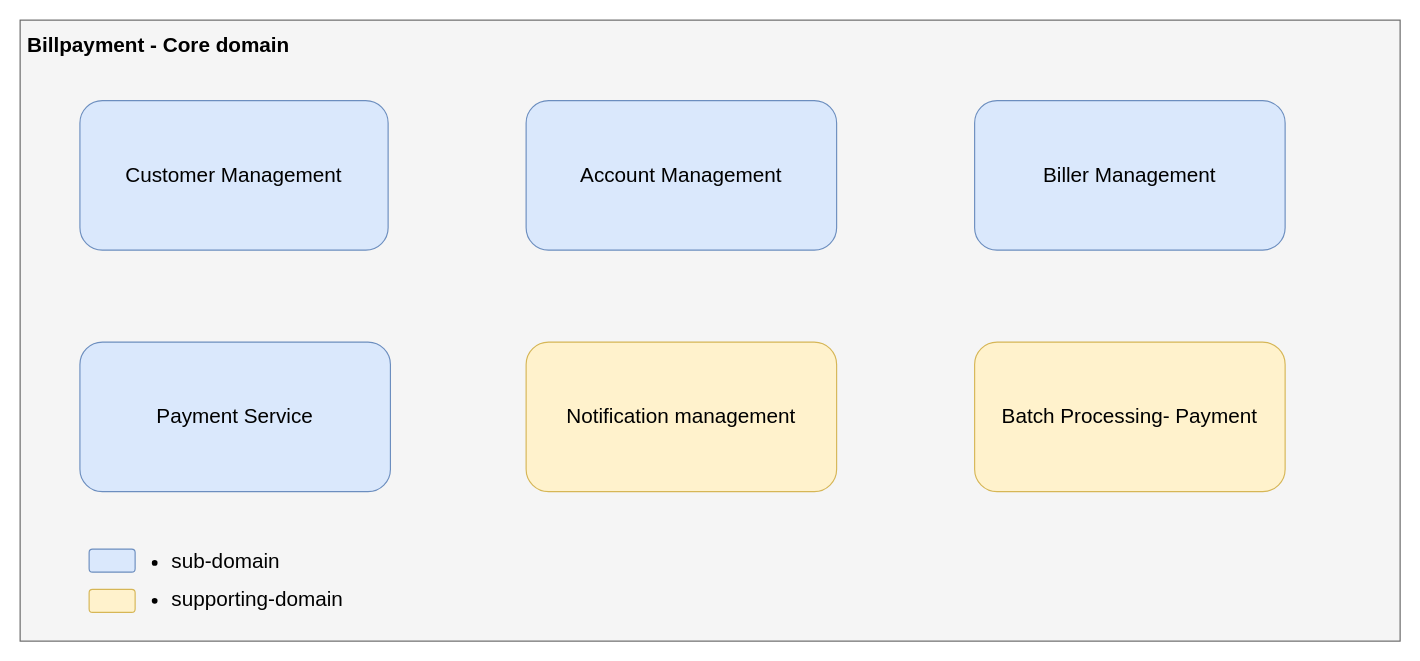
The draw.io diagram java8/src/Untitled Diagram.drawio in aratishingala83/learning, before the edit. Source tidied: cells renumbered, new cells numbered last; positions are measured from the earlier drawing's top-left corner, leaving out a move shared by most shapes. Both pictures are drawn from the tidied source at 115%, with x=0, y=0 at pixel (20, 20).
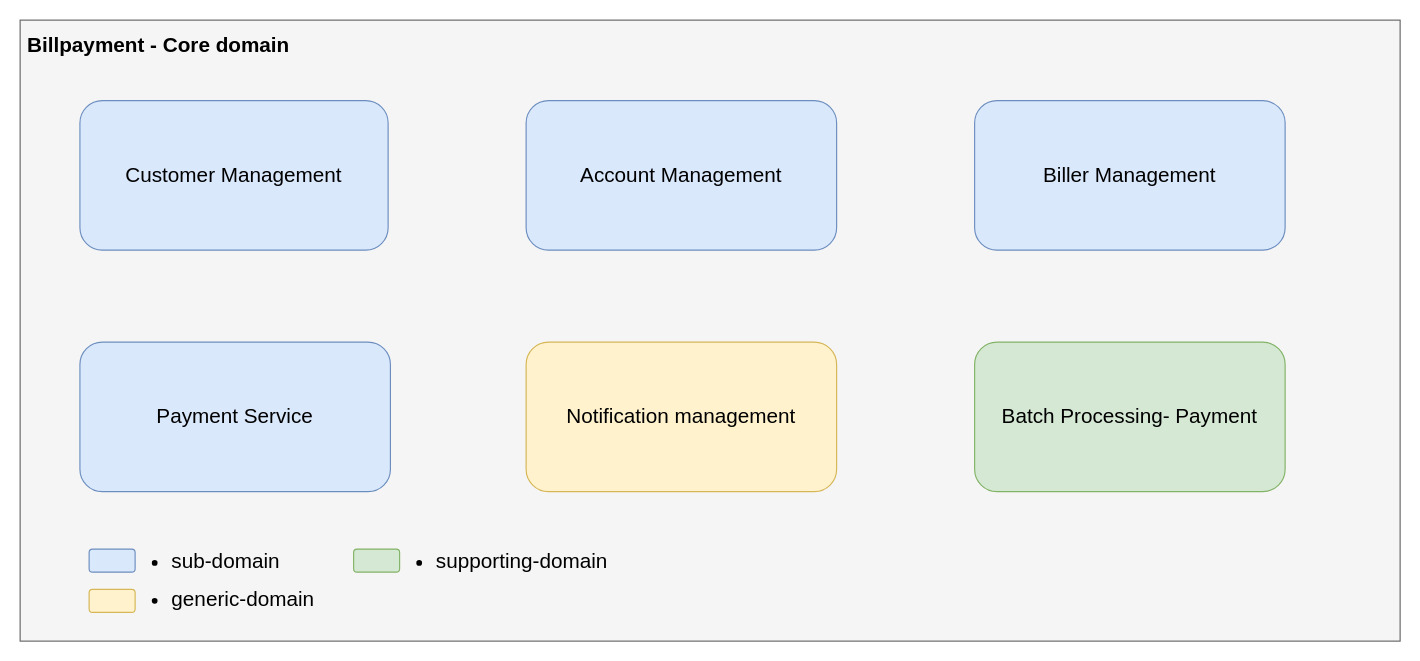
After the change.

Change to the diagram source:
```diff
@@
 <mxGraphModel>
   <root>
     <mxCell id="0" />
     <mxCell id="1" parent="0" />
     <mxCell id="2" style="rounded=0;whiteSpace=wrap;html=1;fillColor=#f5f5f5;strokeColor=#666666;fontColor=#333333;" parent="1" vertex="1">
       <mxGeometry width="1200" height="540" as="geometry" />
     </mxCell>
     <mxCell id="3" value="&lt;font style=&quot;font-size: 18px;&quot;&gt;Customer Management&lt;/font&gt;" style="rounded=1;whiteSpace=wrap;html=1;fillColor=#dae8fc;strokeColor=#6c8ebf;" parent="1" vertex="1">
       <mxGeometry x="52" y="70" width="268" height="130" as="geometry" />
     </mxCell>
     <mxCell id="4" value="&lt;font style=&quot;font-size: 18px;&quot;&gt;Account Management&lt;/font&gt;" style="rounded=1;whiteSpace=wrap;html=1;fillColor=#dae8fc;strokeColor=#6c8ebf;" parent="1" vertex="1">
       <mxGeometry x="440" y="70" width="270" height="130" as="geometry" />
     </mxCell>
     <mxCell id="5" value="&lt;font style=&quot;font-size: 18px;&quot;&gt;Biller Management&lt;/font&gt;" style="rounded=1;whiteSpace=wrap;html=1;fillColor=#dae8fc;strokeColor=#6c8ebf;" parent="1" vertex="1">
       <mxGeometry x="830" y="70" width="270" height="130" as="geometry" />
     </mxCell>
     <mxCell id="6" value="&lt;font style=&quot;font-size: 18px;&quot;&gt;Notification management&lt;/font&gt;" style="rounded=1;whiteSpace=wrap;html=1;fillColor=#fff2cc;strokeColor=#d6b656;" parent="1" vertex="1">
       <mxGeometry x="440" y="280" width="270" height="130" as="geometry" />
     </mxCell>
-    <mxCell id="7" value="&lt;font style=&quot;font-size: 18px;&quot;&gt;Batch Processing- Payment&lt;/font&gt;" style="rounded=1;whiteSpace=wrap;html=1;fillColor=#fff2cc;strokeColor=#d6b656;" parent="1" vertex="1">
+    <mxCell id="7" value="&lt;font style=&quot;font-size: 18px;&quot;&gt;Batch Processing- Payment&lt;/font&gt;" style="rounded=1;whiteSpace=wrap;html=1;fillColor=#d5e8d4;strokeColor=#82b366;" parent="1" vertex="1">
       <mxGeometry x="830" y="280" width="270" height="130" as="geometry" />
     </mxCell>
     <mxCell id="8" value="&lt;font style=&quot;font-size: 18px;&quot;&gt;Payment Service&lt;/font&gt;" style="rounded=1;whiteSpace=wrap;html=1;fillColor=#dae8fc;strokeColor=#6c8ebf;" parent="1" vertex="1">
       <mxGeometry x="52" y="280" width="270" height="130" as="geometry" />
     </mxCell>
     <mxCell id="9" value="&lt;font style=&quot;font-size: 18px;&quot;&gt;Billpayment - Core domain&lt;/font&gt;" style="text;strokeColor=none;fillColor=none;html=1;fontSize=24;fontStyle=1;verticalAlign=middle;align=center;" parent="1" vertex="1">
       <mxGeometry x="70" width="100" height="40" as="geometry" />
     </mxCell>
     <mxCell id="10" style="rounded=1;whiteSpace=wrap;html=1;fontSize=18;fillColor=#dae8fc;strokeColor=#6c8ebf;" parent="1" vertex="1">
       <mxGeometry x="60" y="460" width="40" height="20" as="geometry" />
     </mxCell>
     <mxCell id="11" style="rounded=1;whiteSpace=wrap;html=1;fontSize=18;fillColor=#fff2cc;strokeColor=#d6b656;" parent="1" vertex="1">
       <mxGeometry x="60" y="495" width="40" height="20" as="geometry" />
     </mxCell>
     <mxCell id="12" value="&lt;ul&gt;&lt;li&gt;sub-domain&lt;/li&gt;&lt;/ul&gt;" style="text;strokeColor=none;fillColor=none;html=1;whiteSpace=wrap;verticalAlign=middle;overflow=hidden;fontSize=18;" parent="1" vertex="1">
       <mxGeometry x="90" y="440" width="150" height="50" as="geometry" />
     </mxCell>
-    <mxCell id="13" value="&lt;ul&gt;&lt;li&gt;supporting-domain&lt;/li&gt;&lt;/ul&gt;" style="text;strokeColor=none;fillColor=none;html=1;whiteSpace=wrap;verticalAlign=middle;overflow=hidden;fontSize=18;" parent="1" vertex="1">
+    <mxCell id="13" value="&lt;ul&gt;&lt;li&gt;generic-domain&lt;/li&gt;&lt;/ul&gt;" style="text;strokeColor=none;fillColor=none;html=1;whiteSpace=wrap;verticalAlign=middle;overflow=hidden;fontSize=18;" parent="1" vertex="1">
       <mxGeometry x="90" y="473" width="200" height="50" as="geometry" />
     </mxCell>
+    <mxCell id="14" style="rounded=1;whiteSpace=wrap;html=1;fontSize=18;fillColor=#d5e8d4;strokeColor=#82b366;" parent="1" vertex="1">
+      <mxGeometry x="290" y="460" width="40" height="20" as="geometry" />
+    </mxCell>
+    <mxCell id="15" value="&lt;ul&gt;&lt;li&gt;supporting-domain&lt;/li&gt;&lt;/ul&gt;" style="text;strokeColor=none;fillColor=none;html=1;whiteSpace=wrap;verticalAlign=middle;overflow=hidden;fontSize=18;" parent="1" vertex="1">
+      <mxGeometry x="320" y="440" width="210" height="50" as="geometry" />
+    </mxCell>
   </root>
 </mxGraphModel>
```
